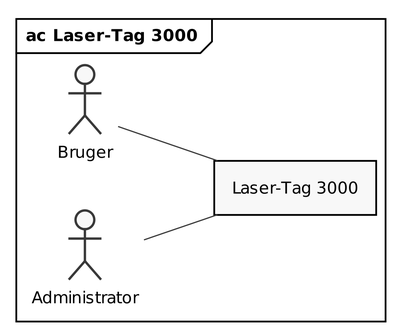
This is PlantUML/ac_diagram.png from LasseKrarup/Laser-Tag-Project, a PlantUML export, as it was before one commit.
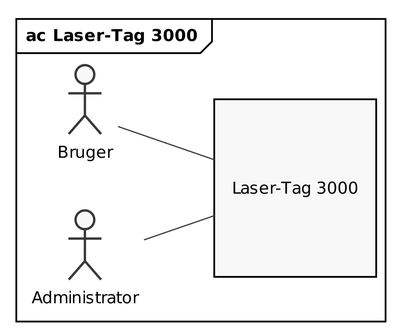
The same diagram one commit later.

Commit message:
New export of ac diagram

Change to the diagram source:
```diff
@@ -15,7 +15,7 @@
 
     actor Bruger as user
     actor Administrator as admin
-    rectangle "Laser-Tag 3000" as lasertag
+    rectangle "\n\nLaser-Tag 3000\n\n" as lasertag
 
     user -- lasertag
     admin -- lasertag
```
